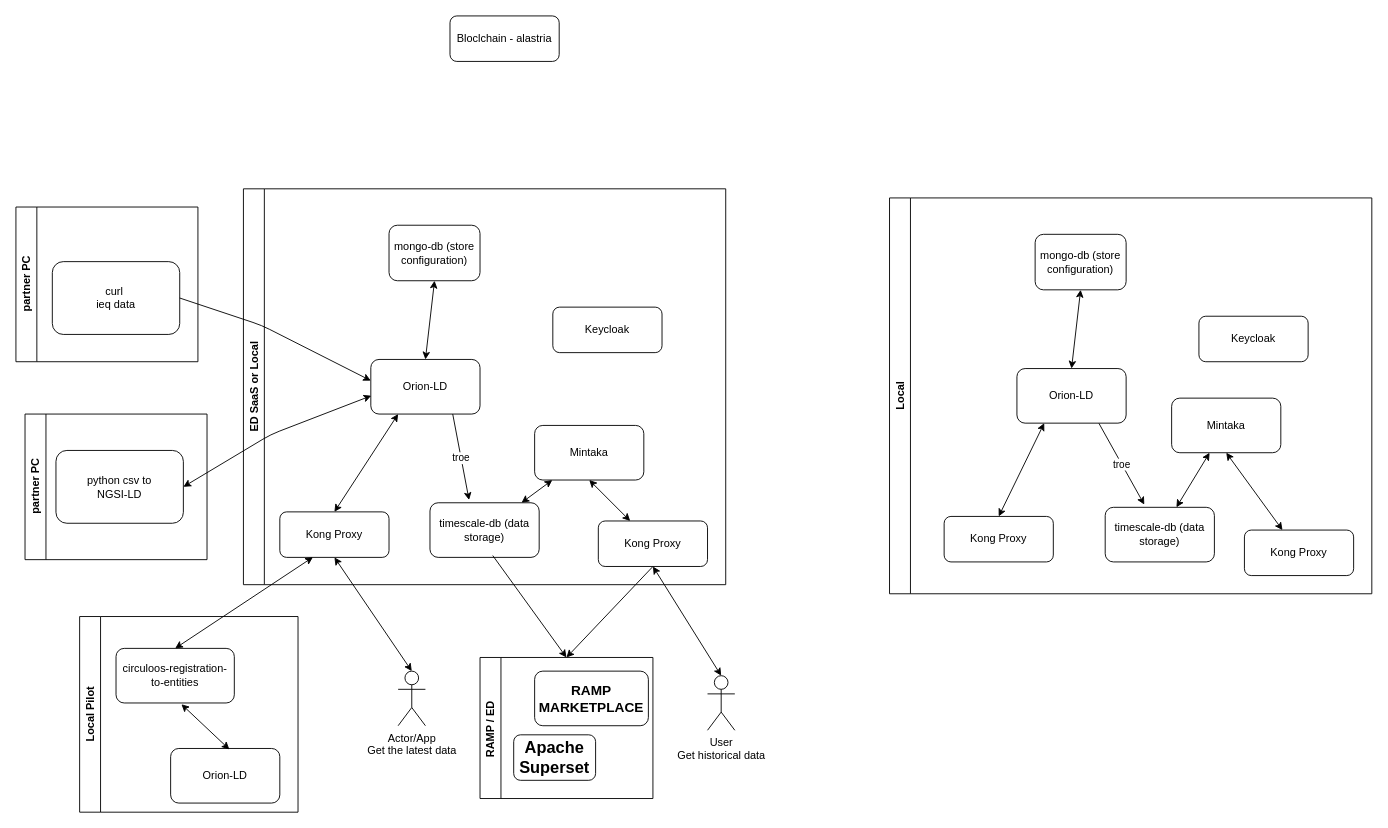
european-dynamics-rnd/circuloos-data-platform keeps this draw.io diagram as page "Page-1" (1 of 2) of diagram/CILCULOOS_demo.drawio. Above is the earlier version. Source tidied: cells renumbered, new cells numbered last; positions are measured from the earlier drawing's top-left corner, leaving out a move shared by most shapes. Both pictures are drawn from the tidied source at 91%, with x=0, y=0 at pixel (15, 15).
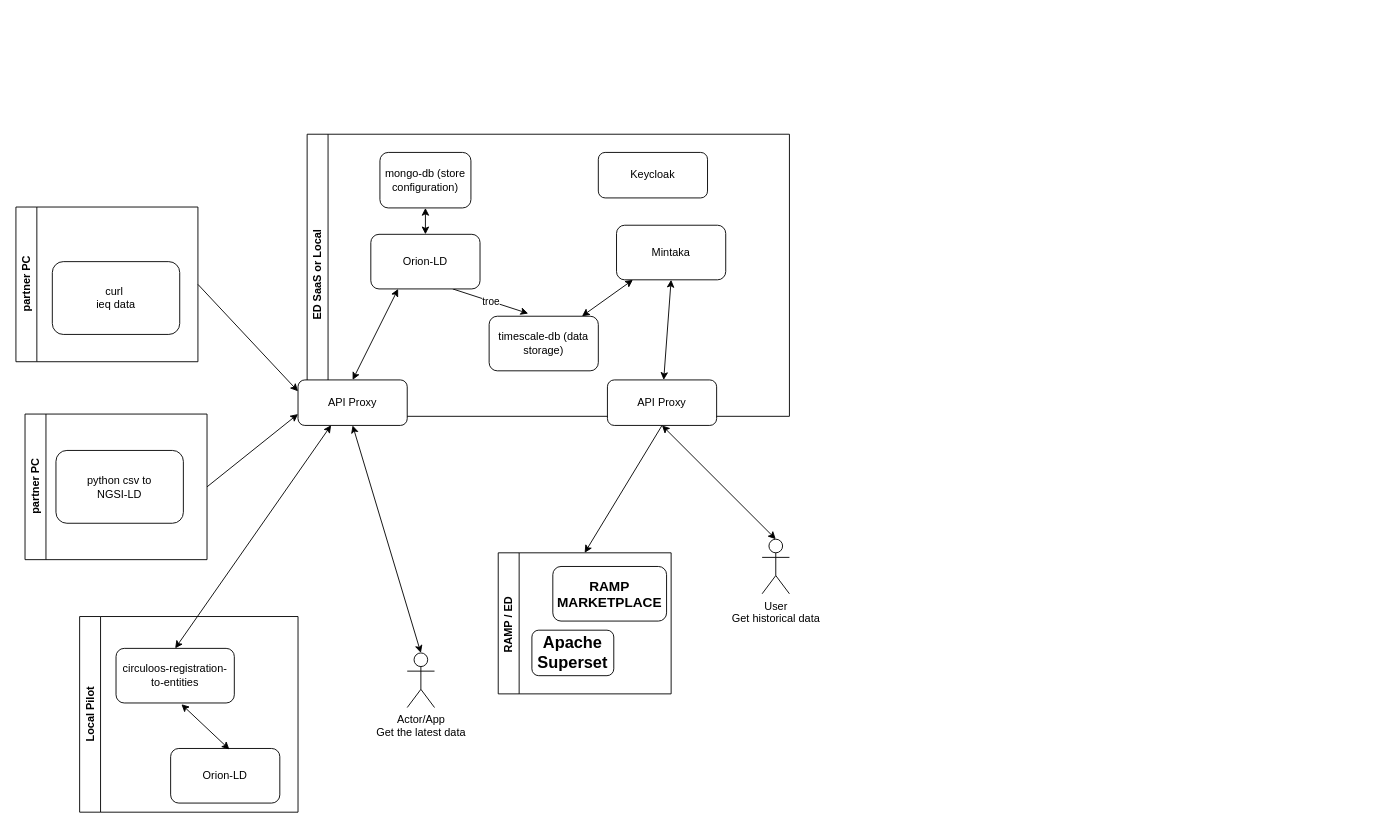
The same page after the edit.

Commit message (it also covers changes not shown here):
change wording in diagram

Unchanged cells that the change refers to:
```xml
<mxCell id="23" value="partner PC" style="swimlane;horizontal=0;whiteSpace=wrap;html=1;" parent="1" vertex="1">
  <mxGeometry x="10" y="437.5" width="200" height="160" as="geometry" />
</mxCell>
<mxCell id="24" value="python csv to &lt;br&gt;NGSI-LD" style="rounded=1;whiteSpace=wrap;html=1;" parent="23" vertex="1">
  <mxGeometry x="34" y="40" width="140" height="80" as="geometry" />
</mxCell>
<mxCell id="26" value="partner PC" style="swimlane;horizontal=0;whiteSpace=wrap;html=1;" parent="1" vertex="1">
  <mxGeometry y="210" width="200" height="170" as="geometry" />
</mxCell>
<mxCell id="27" value="curl&amp;nbsp;&lt;br&gt;ieq data" style="rounded=1;whiteSpace=wrap;html=1;" parent="26" vertex="1">
  <mxGeometry x="40" y="60" width="140" height="80" as="geometry" />
</mxCell>
```

Diff of the diagram source:
```diff
@@
     <mxCell id="2" value="ED SaaS or Local" style="swimlane;horizontal=0;whiteSpace=wrap;html=1;" parent="1" vertex="1">
-      <mxGeometry x="250" y="190" width="530" height="435" as="geometry" />
+      <mxGeometry x="320" y="130" width="530" height="310" as="geometry" />
     </mxCell>
@@
     <mxCell id="4" value="Mintaka" style="rounded=1;whiteSpace=wrap;html=1;" parent="2" vertex="1">
-      <mxGeometry x="320" y="260" width="120" height="60" as="geometry" />
+      <mxGeometry x="340" y="100" width="120" height="60" as="geometry" />
     </mxCell>
     <mxCell id="5" value="timescale-db (data storage)" style="rounded=1;whiteSpace=wrap;html=1;" parent="2" vertex="1">
-      <mxGeometry x="205" y="345" width="120" height="60" as="geometry" />
+      <mxGeometry x="200" y="200" width="120" height="60" as="geometry" />
     </mxCell>
     <mxCell id="6" value="mongo-db (store configuration)" style="rounded=1;whiteSpace=wrap;html=1;" parent="2" vertex="1">
-      <mxGeometry x="160" y="40" width="100" height="61" as="geometry" />
+      <mxGeometry x="80" y="20" width="100" height="61" as="geometry" />
     </mxCell>
@@
     <mxCell id="9" value="Orion-LD" style="rounded=1;whiteSpace=wrap;html=1;" parent="2" vertex="1">
-      <mxGeometry x="140" y="187.5" width="120" height="60" as="geometry" />
+      <mxGeometry x="70" y="110" width="120" height="60" as="geometry" />
     </mxCell>
-    <mxCell id="10" style="edgeStyle=none;html=1;entryX=0.5;entryY=1;entryDx=0;entryDy=0;startArrow=classic;startFill=1;" parent="2" edge="1" source="11" target="4">
-      <mxGeometry relative="1" as="geometry" />
-    </mxCell>
-    <mxCell id="11" value="Kong Proxy" style="rounded=1;whiteSpace=wrap;html=1;" parent="2" vertex="1">
-      <mxGeometry x="390" y="365" width="120" height="50" as="geometry" />
-    </mxCell>
     <mxCell id="12" value="Keycloak" style="rounded=1;whiteSpace=wrap;html=1;" parent="2" vertex="1">
-      <mxGeometry x="340" y="130" width="120" height="50" as="geometry" />
+      <mxGeometry x="320" y="20" width="120" height="50" as="geometry" />
     </mxCell>
@@
-    <mxCell id="14" value="Kong Proxy" style="rounded=1;whiteSpace=wrap;html=1;" parent="2" vertex="1">
-      <mxGeometry x="40" y="355" width="120" height="50" as="geometry" />
+    <mxCell id="14" value="API Proxy" style="rounded=1;whiteSpace=wrap;html=1;" parent="2" vertex="1">
+      <mxGeometry x="-10" y="270" width="120" height="50" as="geometry" />
     </mxCell>
+    <mxCell id="11" value="&lt;span style=&quot;color: rgb(0, 0, 0);&quot;&gt;API Proxy&lt;/span&gt;" style="rounded=1;whiteSpace=wrap;html=1;" parent="2" vertex="1">
+      <mxGeometry x="330" y="270" width="120" height="50" as="geometry" />
+    </mxCell>
+    <mxCell id="10" style="edgeStyle=none;html=1;entryX=0.5;entryY=1;entryDx=0;entryDy=0;startArrow=classic;startFill=1;" parent="2" edge="1" source="11" target="4">
+      <mxGeometry relative="1" as="geometry" />
+    </mxCell>
     <mxCell id="15" value="RAMP / ED&amp;nbsp;" style="swimlane;horizontal=0;whiteSpace=wrap;html=1;" parent="1" vertex="1">
-      <mxGeometry x="510" y="705" width="190" height="155" as="geometry" />
+      <mxGeometry x="530" y="590" width="190" height="155" as="geometry" />
     </mxCell>
@@
     <mxCell id="19" value="Actor/App&lt;br&gt;Get the latest data" style="shape=umlActor;verticalLabelPosition=bottom;verticalAlign=top;html=1;outlineConnect=0;" parent="1" vertex="1">
-      <mxGeometry x="420" y="720" width="30" height="60" as="geometry" />
+      <mxGeometry x="430" y="700" width="30" height="60" as="geometry" />
     </mxCell>
@@
     <mxCell id="21" value="User&lt;br&gt;Get historical data" style="shape=umlActor;verticalLabelPosition=bottom;verticalAlign=top;html=1;outlineConnect=0;" parent="1" vertex="1">
-      <mxGeometry x="760" y="725" width="30" height="60" as="geometry" />
+      <mxGeometry x="820" y="575" width="30" height="60" as="geometry" />
     </mxCell>
-    <mxCell id="22" style="edgeStyle=none;html=1;exitX=1;exitY=0.5;exitDx=0;exitDy=0;startArrow=classic;startFill=1;entryX=0.004;entryY=0.665;entryDx=0;entryDy=0;entryPerimeter=0;" parent="1" edge="1" source="24" target="9">
-      <mxGeometry relative="1" as="geometry">
-        <Array as="points">
-          <mxPoint x="280" y="460" />
-        </Array>
-      </mxGeometry>
-    </mxCell>
+    <mxCell id="49" style="edgeStyle=none;html=1;exitX=1;exitY=0.5;exitDx=0;exitDy=0;entryX=0;entryY=0.75;entryDx=0;entryDy=0;" parent="1" edge="1" source="23" target="14">
+      <mxGeometry relative="1" as="geometry" />
+    </mxCell>
@@
-    <mxCell id="25" style="rounded=0;jettySize=auto;html=1;exitX=0.5;exitY=0;exitDx=0;exitDy=0;entryX=0.575;entryY=0.967;entryDx=0;entryDy=0;entryPerimeter=0;startArrow=classic;startFill=1;endArrow=none;endFill=0;" parent="1" edge="1" source="15" target="5">
-      <mxGeometry relative="1" as="geometry" />
-    </mxCell>
+    <mxCell id="50" style="edgeStyle=none;html=1;exitX=1;exitY=0.5;exitDx=0;exitDy=0;entryX=0;entryY=0.25;entryDx=0;entryDy=0;" parent="1" edge="1" source="26" target="14">
+      <mxGeometry relative="1" as="geometry" />
+    </mxCell>
@@
-    <mxCell id="28" style="edgeStyle=none;html=1;exitX=1;exitY=0.5;exitDx=0;exitDy=0;entryX=0;entryY=0.388;entryDx=0;entryDy=0;entryPerimeter=0;" parent="1" edge="1" source="27" target="9">
-      <mxGeometry relative="1" as="geometry">
-        <Array as="points">
-          <mxPoint x="270" y="340" />
-        </Array>
-      </mxGeometry>
-    </mxCell>
-    <mxCell id="29" value="Bloclchain - alastria" style="rounded=1;whiteSpace=wrap;html=1;" parent="1" vertex="1">
-      <mxGeometry x="477" width="120" height="50" as="geometry" />
-    </mxCell>
-    <mxCell id="30" value="Local" style="swimlane;horizontal=0;whiteSpace=wrap;html=1;" parent="1" vertex="1">
-      <mxGeometry x="960" y="200" width="530" height="435" as="geometry" />
-    </mxCell>
-    <mxCell id="31" style="edgeStyle=none;html=1;startArrow=classic;startFill=1;" parent="30" edge="1" source="32" target="33">
-      <mxGeometry relative="1" as="geometry" />
-    </mxCell>
-    <mxCell id="32" value="Mintaka" style="rounded=1;whiteSpace=wrap;html=1;" parent="30" vertex="1">
-      <mxGeometry x="310" y="220" width="120" height="60" as="geometry" />
-    </mxCell>
-    <mxCell id="33" value="timescale-db (data storage)" style="rounded=1;whiteSpace=wrap;html=1;" parent="30" vertex="1">
-      <mxGeometry x="237" y="340" width="120" height="60" as="geometry" />
-    </mxCell>
-    <mxCell id="34" value="mongo-db (store configuration)" style="rounded=1;whiteSpace=wrap;html=1;" parent="30" vertex="1">
-      <mxGeometry x="160" y="40" width="100" height="61" as="geometry" />
-    </mxCell>
-    <mxCell id="35" style="edgeStyle=none;html=1;exitX=0.5;exitY=0;exitDx=0;exitDy=0;entryX=0.5;entryY=1;entryDx=0;entryDy=0;startArrow=classic;startFill=1;" parent="30" edge="1" source="37" target="34">
-      <mxGeometry relative="1" as="geometry" />
-    </mxCell>
-    <mxCell id="36" value="troe" style="edgeStyle=none;html=1;exitX=0.75;exitY=1;exitDx=0;exitDy=0;entryX=0.358;entryY=-0.05;entryDx=0;entryDy=0;entryPerimeter=0;" parent="30" edge="1" source="37" target="33">
-      <mxGeometry x="0.01" relative="1" as="geometry" />
-    </mxCell>
-    <mxCell id="37" value="Orion-LD" style="rounded=1;whiteSpace=wrap;html=1;" parent="30" vertex="1">
-      <mxGeometry x="140" y="187.5" width="120" height="60" as="geometry" />
-    </mxCell>
-    <mxCell id="38" style="edgeStyle=none;html=1;entryX=0.5;entryY=1;entryDx=0;entryDy=0;startArrow=classic;startFill=1;" parent="30" edge="1" source="39" target="32">
-      <mxGeometry relative="1" as="geometry" />
-    </mxCell>
-    <mxCell id="39" value="Kong Proxy" style="rounded=1;whiteSpace=wrap;html=1;" parent="30" vertex="1">
-      <mxGeometry x="390" y="365" width="120" height="50" as="geometry" />
-    </mxCell>
-    <mxCell id="40" value="Keycloak" style="rounded=1;whiteSpace=wrap;html=1;" parent="30" vertex="1">
-      <mxGeometry x="340" y="130" width="120" height="50" as="geometry" />
-    </mxCell>
-    <mxCell id="41" style="rounded=0;jettySize=auto;html=1;exitX=0.5;exitY=0;exitDx=0;exitDy=0;entryX=0.25;entryY=1;entryDx=0;entryDy=0;startArrow=classic;startFill=1;" parent="30" edge="1" source="42" target="37">
-      <mxGeometry relative="1" as="geometry" />
-    </mxCell>
-    <mxCell id="42" value="Kong Proxy" style="rounded=1;whiteSpace=wrap;html=1;" parent="30" vertex="1">
-      <mxGeometry x="60" y="350" width="120" height="50" as="geometry" />
-    </mxCell>
```
